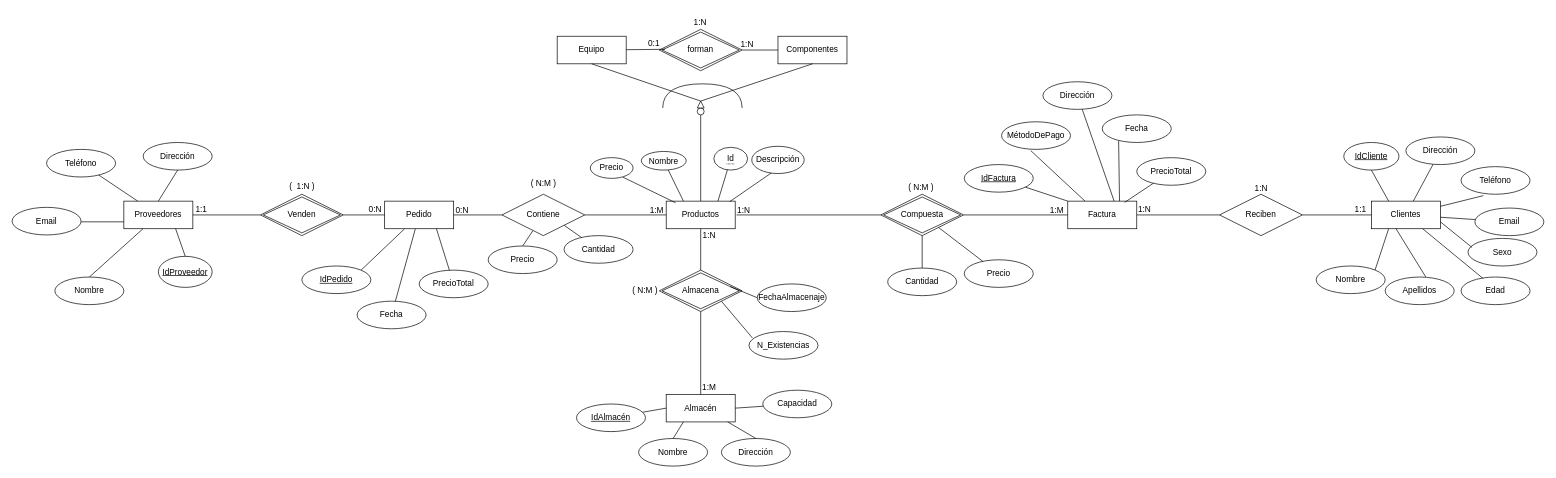
The draw.io diagram Untitled Diagram.drawio in huertin03/ERP-HardSpot, before the edit. Source tidied: cells renumbered, new cells numbered last; positions are measured from the earlier drawing's top-left corner, leaving out a move shared by most shapes. Both pictures are drawn from the tidied source at 69%, with x=0, y=0 at pixel (12, 12).
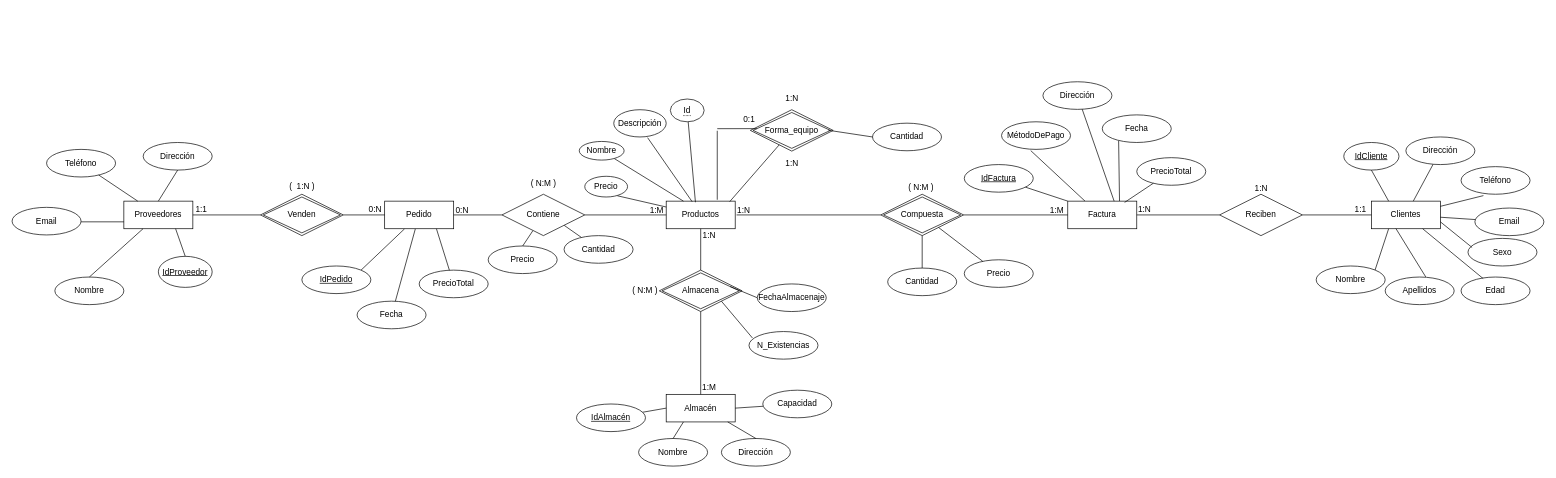
The same diagram, later.

Unchanged cells that the change refers to:
```xml
<mxCell id="2" value="Productos" style="whiteSpace=wrap;html=1;align=center;" parent="1" vertex="1">
  <mxGeometry x="948" y="274" width="100" height="40" as="geometry" />
</mxCell>
```

Diff of the diagram source:
```diff
@@
-    <mxCell id="100" value="Equipo" style="whiteSpace=wrap;html=1;align=center;" parent="1" vertex="1">
-      <mxGeometry x="790" y="35" width="100" height="40" as="geometry" />
-    </mxCell>
-    <mxCell id="101" value="Componentes" style="whiteSpace=wrap;html=1;align=center;" parent="1" vertex="1">
-      <mxGeometry x="1110" y="35" width="100" height="40" as="geometry" />
-    </mxCell>
-    <mxCell id="102" value="forman" style="shape=rhombus;double=1;perimeter=rhombusPerimeter;whiteSpace=wrap;html=1;align=center;" parent="1" vertex="1">
-      <mxGeometry x="938" y="25" width="120" height="60" as="geometry" />
+    <mxCell id="102" value="Forma_equipo" style="shape=rhombus;double=1;perimeter=rhombusPerimeter;whiteSpace=wrap;html=1;align=center;" parent="1" vertex="1">
+      <mxGeometry x="1070" y="141.5" width="120" height="60" as="geometry" />
     </mxCell>
-    <mxCell id="103" style="endArrow=none;html=1;rounded=0;entryX=0.07;entryY=0.483;entryDx=0;entryDy=0;entryPerimeter=0;" parent="1" edge="1" source="100" target="102">
-      <mxGeometry relative="1" as="geometry" />
+    <mxCell id="103" style="endArrow=none;html=1;rounded=0;entryX=0.077;entryY=0.457;entryDx=0;entryDy=0;entryPerimeter=0;" parent="1" edge="1" target="102">
+      <mxGeometry relative="1" as="geometry">
+        <mxPoint x="1022" y="169" as="sourcePoint" />
+      </mxGeometry>
     </mxCell>
-    <mxCell id="104" style="endArrow=none;html=1;rounded=0;entryX=0;entryY=0.5;entryDx=0;entryDy=0;" parent="1" edge="1" source="102" target="101">
-      <mxGeometry relative="1" as="geometry" />
-    </mxCell>
     <mxCell id="105" value="0:1" style="text;html=1;align=center;verticalAlign=middle;strokeColor=none;fillColor=none;" parent="1" vertex="1">
-      <mxGeometry x="910" y="31" width="40" height="30" as="geometry" />
+      <mxGeometry x="1048" y="141" width="40" height="30" as="geometry" />
     </mxCell>
     <mxCell id="106" value="1:N" style="text;html=1;align=center;verticalAlign=middle;strokeColor=none;fillColor=none;" parent="1" vertex="1">
-      <mxGeometry x="1045" y="32" width="40" height="30" as="geometry" />
+      <mxGeometry x="1110" y="204" width="40" height="30" as="geometry" />
     </mxCell>
     <mxCell id="107" value="1:N" style="text;html=1;align=center;verticalAlign=middle;strokeColor=none;fillColor=none;" parent="1" vertex="1">
-      <mxGeometry x="977" width="40" height="30" as="geometry" />
+      <mxGeometry x="1110" y="111" width="40" height="30" as="geometry" />
     </mxCell>
-    <mxCell id="108" style="endArrow=none;html=1;rounded=0;exitX=0.5;exitY=0;exitDx=0;exitDy=0;entryX=0.5;entryY=1;entryDx=0;entryDy=0;" parent="1" edge="1" source="2" target="109">
-      <mxGeometry relative="1" as="geometry" />
+    <mxCell id="108" style="endArrow=none;html=1;rounded=0;" parent="1" edge="1">
+      <mxGeometry relative="1" as="geometry">
+        <mxPoint x="1022" y="272" as="sourcePoint" />
+        <mxPoint x="1022" y="172" as="targetPoint" />
+      </mxGeometry>
     </mxCell>
-    <mxCell id="109" style="ellipse;whiteSpace=wrap;html=1;" parent="1" vertex="1">
-      <mxGeometry x="993" y="139" width="10" height="10" as="geometry" />
-    </mxCell>
-    <mxCell id="110" style="triangle;whiteSpace=wrap;html=1;direction=north;" parent="1" vertex="1">
-      <mxGeometry x="993" y="129" width="10" height="10" as="geometry" />
-    </mxCell>
-    <mxCell id="111" style="endArrow=none;html=1;rounded=0;entryX=1;entryY=0.5;entryDx=0;entryDy=0;exitX=0.5;exitY=1;exitDx=0;exitDy=0;" parent="1" edge="1" source="100" target="110">
-      <mxGeometry relative="1" as="geometry" />
-    </mxCell>
-    <mxCell id="112" style="shape=requiredInterface;html=1;verticalLabelPosition=bottom;sketch=0;direction=north;" parent="1" vertex="1">
-      <mxGeometry x="943" y="104" width="115" height="35" as="geometry" />
-    </mxCell>
-    <mxCell id="113" style="endArrow=none;html=1;rounded=0;entryX=0.5;entryY=1;entryDx=0;entryDy=0;exitX=1;exitY=0.5;exitDx=0;exitDy=0;" parent="1" edge="1" source="110" target="101">
-      <mxGeometry relative="1" as="geometry" />
-    </mxCell>
-    <mxCell id="114" style="endArrow=none;html=1;rounded=0;entryX=0.75;entryY=0;entryDx=0;entryDy=0;" parent="1" edge="1" source="115" target="2">
+    <mxCell id="114" style="endArrow=none;html=1;rounded=0;entryX=0.424;entryY=0.04;entryDx=0;entryDy=0;entryPerimeter=0;" parent="1" edge="1" source="115" target="2">
       <mxGeometry relative="1" as="geometry" />
     </mxCell>
     <mxCell id="115" value="&lt;span style=&quot;border-bottom: 1px dotted&quot;&gt;Id&lt;/span&gt;" style="ellipse;whiteSpace=wrap;html=1;align=center;" parent="1" vertex="1">
-      <mxGeometry x="1017" y="196" width="49" height="33" as="geometry" />
+      <mxGeometry x="954" y="126" width="49" height="33" as="geometry" />
     </mxCell>
@@
     <mxCell id="117" value="Nombre" style="ellipse;whiteSpace=wrap;html=1;align=center;" parent="1" vertex="1">
-      <mxGeometry x="912" y="202" width="65" height="27" as="geometry" />
+      <mxGeometry x="822" y="187.5" width="65" height="27" as="geometry" />
     </mxCell>
-    <mxCell id="118" style="endArrow=none;html=1;rounded=0;entryX=0.136;entryY=0.06;entryDx=0;entryDy=0;entryPerimeter=0;exitX=0.76;exitY=0.94;exitDx=0;exitDy=0;exitPerimeter=0;" parent="1" edge="1" source="119" target="2">
+    <mxCell id="118" style="endArrow=none;html=1;rounded=0;exitX=0.76;exitY=0.94;exitDx=0;exitDy=0;exitPerimeter=0;" parent="1" edge="1" source="119" target="2">
       <mxGeometry relative="1" as="geometry" />
     </mxCell>
     <mxCell id="119" value="Precio" style="ellipse;whiteSpace=wrap;html=1;align=center;" parent="1" vertex="1">
-      <mxGeometry x="838" y="211" width="62" height="30" as="geometry" />
+      <mxGeometry x="830" y="238" width="62" height="30" as="geometry" />
     </mxCell>
-    <mxCell id="120" style="endArrow=none;html=1;rounded=0;entryX=0.92;entryY=0.02;entryDx=0;entryDy=0;entryPerimeter=0;" parent="1" edge="1" target="2">
-      <mxGeometry relative="1" as="geometry">
-        <mxPoint x="1102" y="232" as="sourcePoint" />
-      </mxGeometry>
+    <mxCell id="120" style="endArrow=none;html=1;rounded=0;entryX=0.92;entryY=0.02;entryDx=0;entryDy=0;entryPerimeter=0;" parent="1" edge="1" source="102" target="2">
+      <mxGeometry relative="1" as="geometry" />
     </mxCell>
     <mxCell id="121" value="Descripción" style="ellipse;whiteSpace=wrap;html=1;align=center;" parent="1" vertex="1">
-      <mxGeometry x="1072" y="194.5" width="76" height="39.5" as="geometry" />
+      <mxGeometry x="872" y="141.5" width="76" height="39.5" as="geometry" />
     </mxCell>
+    <mxCell id="122" style="endArrow=none;html=1;rounded=0;entryX=0.376;entryY=0.02;entryDx=0;entryDy=0;entryPerimeter=0;exitX=0.645;exitY=1.025;exitDx=0;exitDy=0;exitPerimeter=0;" parent="1" edge="1" source="121" target="2">
+      <mxGeometry relative="1" as="geometry" />
+    </mxCell>
+    <mxCell id="123" value="Cantidad" style="ellipse;whiteSpace=wrap;html=1;align=center;" parent="1" vertex="1">
+      <mxGeometry x="1247" y="161" width="100" height="40" as="geometry" />
+    </mxCell>
+    <mxCell id="124" style="endArrow=none;html=1;rounded=0;entryX=0;entryY=0.5;entryDx=0;entryDy=0;exitX=0.943;exitY=0.497;exitDx=0;exitDy=0;exitPerimeter=0;" parent="1" edge="1" source="102" target="123">
+      <mxGeometry relative="1" as="geometry" />
+    </mxCell>
```
